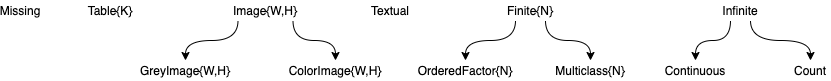
JuliaAI/MLJ.jl keeps this draw.io diagram as paper/scitypesII.png. Above is the earlier version. Source tidied: cells renumbered, new cells last; positions are measured from the earlier drawing's top-left corner, leaving out a move shared by most shapes.
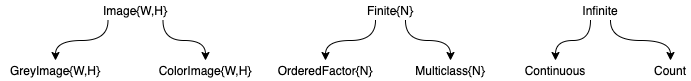
After the commit.

What changed in the source:
```diff
@@ -20,9 +20,6 @@
     <mxCell id="7" value="Infinite" style="text;html=1;strokeColor=none;fillColor=none;align=center;verticalAlign=middle;whiteSpace=wrap;rounded=0;" parent="1" vertex="1">
       <mxGeometry x="720" width="40" height="20" as="geometry" />
     </mxCell>
-    <mxCell id="8" value="Missing" style="text;html=1;strokeColor=none;fillColor=none;align=center;verticalAlign=middle;whiteSpace=wrap;rounded=0;" parent="1" vertex="1">
-      <mxGeometry width="40" height="20" as="geometry" />
-    </mxCell>
     <mxCell id="9" value="Count" style="text;html=1;strokeColor=none;fillColor=none;align=center;verticalAlign=middle;whiteSpace=wrap;rounded=0;" parent="1" vertex="1">
       <mxGeometry x="790" y="60" width="40" height="20" as="geometry" />
     </mxCell>
@@ -35,12 +32,6 @@
     <mxCell id="12" value="Continuous" style="text;html=1;strokeColor=none;fillColor=none;align=center;verticalAlign=middle;whiteSpace=wrap;rounded=0;" parent="1" vertex="1">
       <mxGeometry x="640" y="60" width="110" height="20" as="geometry" />
     </mxCell>
-    <mxCell id="13" value="Table{K}" style="text;html=1;strokeColor=none;fillColor=none;align=center;verticalAlign=middle;whiteSpace=wrap;rounded=0;" parent="1" vertex="1">
-      <mxGeometry x="90" width="40" height="20" as="geometry" />
-    </mxCell>
-    <mxCell id="14" value="Textual" style="text;html=1;strokeColor=none;fillColor=none;align=center;verticalAlign=middle;whiteSpace=wrap;rounded=0;" parent="1" vertex="1">
-      <mxGeometry x="370" width="40" height="20" as="geometry" />
-    </mxCell>
     <mxCell id="15" style="edgeStyle=orthogonalEdgeStyle;curved=1;rounded=0;jettySize=auto;html=1;exitX=0.25;exitY=1;exitDx=0;exitDy=0;entryX=0.5;entryY=0;entryDx=0;entryDy=0;" parent="1" edge="1" source="17" target="18">
       <mxGeometry relative="1" as="geometry" />
     </mxCell>
@@ -48,13 +39,13 @@
       <mxGeometry relative="1" as="geometry" />
     </mxCell>
     <mxCell id="17" value="Image{W,H}" style="text;html=1;strokeColor=none;fillColor=none;align=center;verticalAlign=middle;whiteSpace=wrap;rounded=0;" parent="1" vertex="1">
-      <mxGeometry x="210" width="110" height="20" as="geometry" />
+      <mxGeometry x="220" width="110" height="20" as="geometry" />
     </mxCell>
     <mxCell id="18" value="GreyImage{W,H}" style="text;html=1;strokeColor=none;fillColor=none;align=center;verticalAlign=middle;whiteSpace=wrap;rounded=0;" parent="1" vertex="1">
-      <mxGeometry x="130" y="60" width="110" height="20" as="geometry" />
+      <mxGeometry x="140" y="60" width="110" height="20" as="geometry" />
     </mxCell>
     <mxCell id="19" value="ColorImage{W,H}" style="text;html=1;strokeColor=none;fillColor=none;align=center;verticalAlign=middle;whiteSpace=wrap;rounded=0;" parent="1" vertex="1">
-      <mxGeometry x="280" y="60" width="110" height="20" as="geometry" />
+      <mxGeometry x="290" y="60" width="110" height="20" as="geometry" />
     </mxCell>
   </root>
 </mxGraphModel>
```
